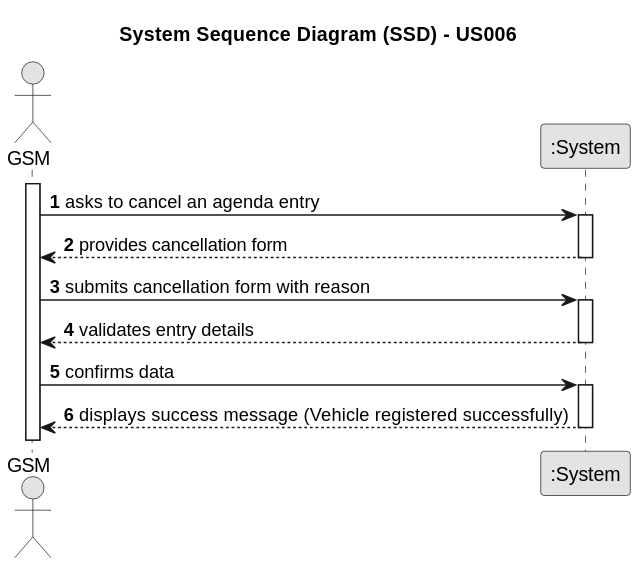
Earlier version of the PlantUML export docs/sprintC/us025/01.requirements-engineering/svg/us025-system-sequence-diagram-alternative-one.svg (ricardomm7/leaflink). Source of this version:
```plantuml
@startuml
skinparam monochrome true
skinparam packageStyle rectangle
skinparam shadowing false

title System Sequence Diagram (SSD) - US006

autonumber

actor "GSM" as GSM
participant ":System" as System

activate GSM

    GSM -> System : asks to cancel an agenda entry
    activate System

        System --> GSM : provides cancellation form
    deactivate System

    GSM -> System : submits cancellation form with reason

    activate System

        System --> GSM : validates entry details
    deactivate System

    GSM -> System : confirms data
    activate System

        System --> GSM :  displays success message (Vehicle registered successfully)
    deactivate System
@enduml
```
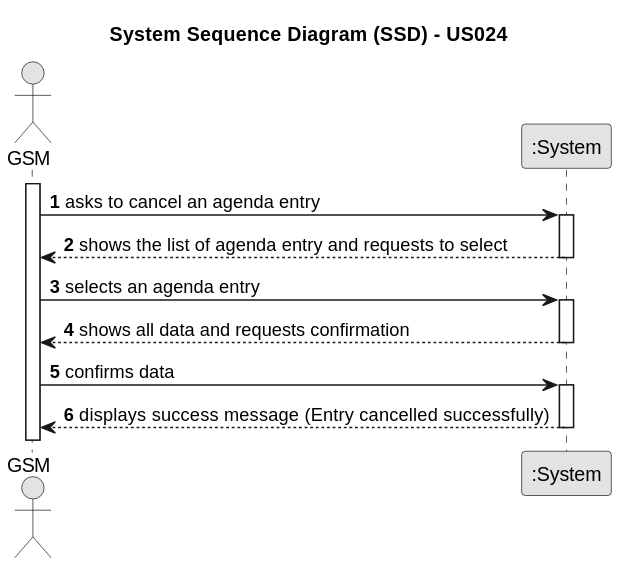
After the change.

Change to the diagram source:
```diff
@@ -3,7 +3,7 @@
 skinparam packageStyle rectangle
 skinparam shadowing false
 
-title System Sequence Diagram (SSD) - US006
+title System Sequence Diagram (SSD) - US024
 
 autonumber
 
@@ -15,19 +15,19 @@
     GSM -> System : asks to cancel an agenda entry
     activate System
 
-        System --> GSM : provides cancellation form
+        System --> GSM : shows the list of agenda entry and requests to select
     deactivate System
 
-    GSM -> System : submits cancellation form with reason
+    GSM -> System : selects an agenda entry
 
     activate System
 
-        System --> GSM : validates entry details
+        System --> GSM : shows all data and requests confirmation
     deactivate System
 
     GSM -> System : confirms data
     activate System
 
-        System --> GSM :  displays success message (Vehicle registered successfully)
+        System --> GSM : displays success message (Entry cancelled successfully)
     deactivate System
 @enduml
```
